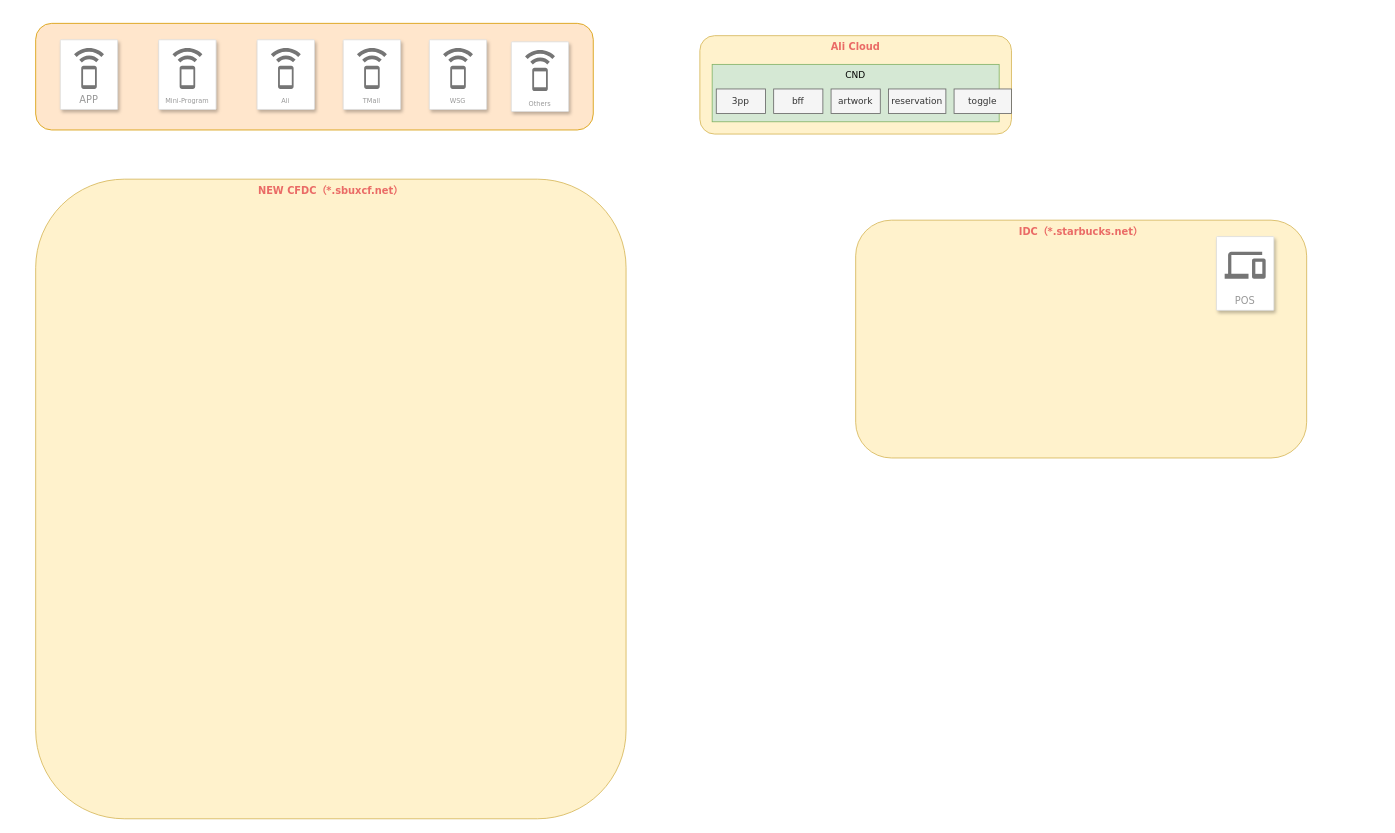
Earlier version of the draw.io diagram Untitled Diagram.drawio (Songhuitang/songhuitang.github.io). Source tidied: cells renumbered, new cells numbered last; positions are measured from the earlier drawing's top-left corner, leaving out a move shared by most shapes. Both pictures are drawn from the tidied source at 82%, with x=0, y=0 at pixel (35, 23).
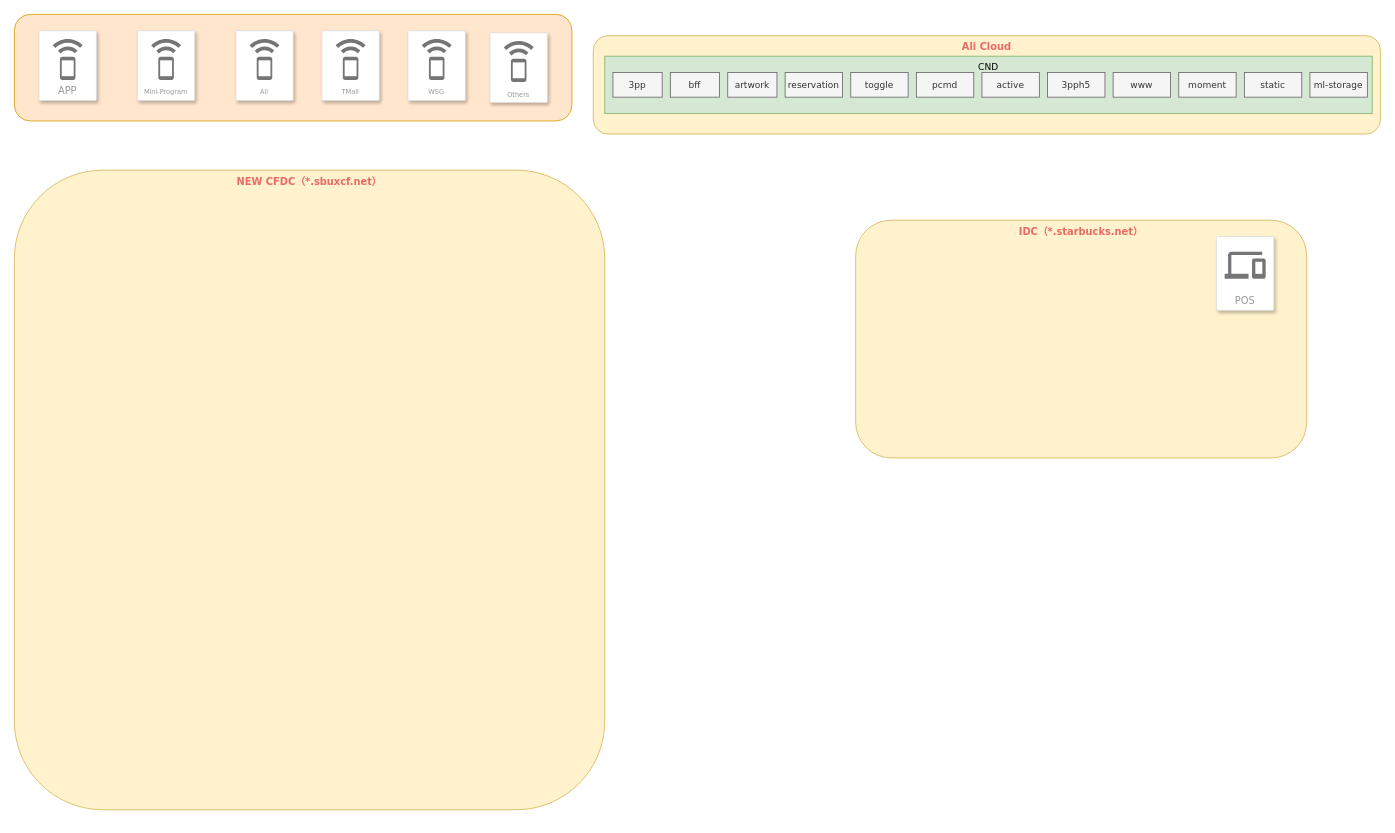
The same page after the edit.

What changed in the source:
```diff
@@
     <mxCell id="3" style="rounded=1;whiteSpace=wrap;html=1;labelBackgroundColor=none;labelBorderColor=none;fontFamily=Verdana;fontSize=11;fillColor=#ffe6cc;strokeColor=#d79b00;" parent="1" vertex="1">
-      <mxGeometry width="680" height="130" as="geometry" />
+      <mxGeometry x="-26" y="-11" width="680" height="130" as="geometry" />
     </mxCell>
     <mxCell id="4" value="NEW CFDC（*.sbuxcf.net）" style="rounded=1;whiteSpace=wrap;html=1;fillColor=#fff2cc;strokeColor=#d6b656;fontFamily=Verdana;align=center;verticalAlign=top;fontStyle=1;fontColor=#EA6B66;labelBackgroundColor=none;labelBorderColor=none;" parent="1" vertex="1">
-      <mxGeometry y="190" width="720" height="780" as="geometry" />
+      <mxGeometry x="-26" y="179" width="720" height="780" as="geometry" />
     </mxCell>
     <mxCell id="5" value="APP" style="strokeColor=#dddddd;shadow=1;strokeWidth=1;rounded=1;absoluteArcSize=1;arcSize=2;labelPosition=center;verticalLabelPosition=middle;align=center;verticalAlign=bottom;spacingLeft=0;fontColor=#999999;fontSize=12;whiteSpace=wrap;spacingBottom=2;labelBackgroundColor=none;labelBorderColor=none;fontFamily=Verdana;" parent="1" vertex="1">
-      <mxGeometry x="30" y="20" width="70" height="85" as="geometry" />
+      <mxGeometry x="4" y="9" width="70" height="85" as="geometry" />
     </mxCell>
@@
     <mxCell id="9" value="Mini-Program" style="strokeColor=#dddddd;shadow=1;strokeWidth=1;rounded=1;absoluteArcSize=1;arcSize=2;labelPosition=center;verticalLabelPosition=middle;align=center;verticalAlign=bottom;spacingLeft=0;fontColor=#999999;fontSize=8;whiteSpace=wrap;spacingBottom=2;labelBackgroundColor=none;labelBorderColor=none;fontFamily=Verdana;" parent="1" vertex="1">
-      <mxGeometry x="150" y="20" width="70" height="85" as="geometry" />
+      <mxGeometry x="124" y="9" width="70" height="85" as="geometry" />
     </mxCell>
@@
     <mxCell id="11" value="Ali" style="strokeColor=#dddddd;shadow=1;strokeWidth=1;rounded=1;absoluteArcSize=1;arcSize=2;labelPosition=center;verticalLabelPosition=middle;align=center;verticalAlign=bottom;spacingLeft=0;fontColor=#999999;fontSize=8;whiteSpace=wrap;spacingBottom=2;labelBackgroundColor=none;labelBorderColor=none;fontFamily=Verdana;" parent="1" vertex="1">
-      <mxGeometry x="270" y="20" width="70" height="85" as="geometry" />
+      <mxGeometry x="244" y="9" width="70" height="85" as="geometry" />
     </mxCell>
@@
     <mxCell id="13" value="TMall" style="strokeColor=#dddddd;shadow=1;strokeWidth=1;rounded=1;absoluteArcSize=1;arcSize=2;labelPosition=center;verticalLabelPosition=middle;align=center;verticalAlign=bottom;spacingLeft=0;fontColor=#999999;fontSize=8;whiteSpace=wrap;spacingBottom=2;labelBackgroundColor=none;labelBorderColor=none;fontFamily=Verdana;" parent="1" vertex="1">
-      <mxGeometry x="375" y="20" width="70" height="85" as="geometry" />
+      <mxGeometry x="349" y="9" width="70" height="85" as="geometry" />
     </mxCell>
@@
     <mxCell id="15" value="WSG" style="strokeColor=#dddddd;shadow=1;strokeWidth=1;rounded=1;absoluteArcSize=1;arcSize=2;labelPosition=center;verticalLabelPosition=middle;align=center;verticalAlign=bottom;spacingLeft=0;fontColor=#999999;fontSize=8;whiteSpace=wrap;spacingBottom=2;labelBackgroundColor=none;labelBorderColor=none;fontFamily=Verdana;" parent="1" vertex="1">
-      <mxGeometry x="480" y="20" width="70" height="85" as="geometry" />
+      <mxGeometry x="454" y="9" width="70" height="85" as="geometry" />
     </mxCell>
@@
     <mxCell id="17" value="Ali Cloud" style="rounded=1;whiteSpace=wrap;html=1;fillColor=#fff2cc;strokeColor=#d6b656;fontFamily=Verdana;align=center;verticalAlign=top;fontStyle=1;fontColor=#EA6B66;labelBackgroundColor=none;labelBorderColor=none;" parent="1" vertex="1">
-      <mxGeometry x="810" y="15" width="380" height="120" as="geometry" />
+      <mxGeometry x="680" y="15" width="960" height="120" as="geometry" />
     </mxCell>
     <mxCell id="18" value="&lt;font style=&quot;font-size: 11px;&quot;&gt;CND&lt;/font&gt;" style="rounded=0;whiteSpace=wrap;html=1;labelBackgroundColor=none;labelBorderColor=none;fontFamily=Verdana;fontSize=6;verticalAlign=top;fillColor=#d5e8d4;strokeColor=#82b366;" parent="1" vertex="1">
-      <mxGeometry x="825" y="50" width="350" height="70" as="geometry" />
+      <mxGeometry x="694" y="40" width="936" height="70" as="geometry" />
     </mxCell>
     <mxCell id="19" value="3pp" style="rounded=0;whiteSpace=wrap;html=1;labelBackgroundColor=none;labelBorderColor=none;fontFamily=Verdana;fontSize=11;fontColor=#333333;fillColor=#f5f5f5;strokeColor=#666666;" parent="1" vertex="1">
-      <mxGeometry x="830" y="80" width="60" height="30" as="geometry" />
+      <mxGeometry x="704" y="60" width="60" height="30" as="geometry" />
     </mxCell>
     <mxCell id="20" value="Others" style="strokeColor=#dddddd;shadow=1;strokeWidth=1;rounded=1;absoluteArcSize=1;arcSize=2;labelPosition=center;verticalLabelPosition=middle;align=center;verticalAlign=bottom;spacingLeft=0;fontColor=#999999;fontSize=8;whiteSpace=wrap;spacingBottom=2;labelBackgroundColor=none;labelBorderColor=none;fontFamily=Verdana;" parent="1" vertex="1">
-      <mxGeometry x="580" y="22.5" width="70" height="85" as="geometry" />
+      <mxGeometry x="554" y="11.5" width="70" height="85" as="geometry" />
     </mxCell>
@@
     <mxCell id="22" value="bff" style="rounded=0;whiteSpace=wrap;html=1;labelBackgroundColor=none;labelBorderColor=none;fontFamily=Verdana;fontSize=11;fontColor=#333333;fillColor=#f5f5f5;strokeColor=#666666;" parent="1" vertex="1">
-      <mxGeometry x="900" y="80" width="60" height="30" as="geometry" />
+      <mxGeometry x="774" y="60" width="60" height="30" as="geometry" />
     </mxCell>
     <mxCell id="23" value="artwork" style="rounded=0;whiteSpace=wrap;html=1;labelBackgroundColor=none;labelBorderColor=none;fontFamily=Verdana;fontSize=11;fontColor=#333333;fillColor=#f5f5f5;strokeColor=#666666;" parent="1" vertex="1">
-      <mxGeometry x="970" y="80" width="60" height="30" as="geometry" />
+      <mxGeometry x="844" y="60" width="60" height="30" as="geometry" />
     </mxCell>
     <mxCell id="24" value="reservation" style="rounded=0;whiteSpace=wrap;html=1;labelBackgroundColor=none;labelBorderColor=none;fontFamily=Verdana;fontSize=11;fontColor=#333333;fillColor=#f5f5f5;strokeColor=#666666;" parent="1" vertex="1">
-      <mxGeometry x="1040" y="80" width="70" height="30" as="geometry" />
+      <mxGeometry x="914" y="60" width="70" height="30" as="geometry" />
     </mxCell>
     <mxCell id="25" value="toggle" style="rounded=0;whiteSpace=wrap;html=1;labelBackgroundColor=none;labelBorderColor=none;fontFamily=Verdana;fontSize=11;fontColor=#333333;fillColor=#f5f5f5;strokeColor=#666666;" parent="1" vertex="1">
-      <mxGeometry x="1120" y="80" width="70" height="30" as="geometry" />
+      <mxGeometry x="994" y="60" width="70" height="30" as="geometry" />
     </mxCell>
+    <mxCell id="26" value="pcmd" style="rounded=0;whiteSpace=wrap;html=1;labelBackgroundColor=none;labelBorderColor=none;fontFamily=Verdana;fontSize=11;fontColor=#333333;fillColor=#f5f5f5;strokeColor=#666666;" parent="1" vertex="1">
+      <mxGeometry x="1074" y="60" width="70" height="30" as="geometry" />
+    </mxCell>
+    <mxCell id="27" value="active" style="rounded=0;whiteSpace=wrap;html=1;labelBackgroundColor=none;labelBorderColor=none;fontFamily=Verdana;fontSize=11;fontColor=#333333;fillColor=#f5f5f5;strokeColor=#666666;" parent="1" vertex="1">
+      <mxGeometry x="1154" y="60" width="70" height="30" as="geometry" />
+    </mxCell>
+    <mxCell id="28" value="3pph5" style="rounded=0;whiteSpace=wrap;html=1;labelBackgroundColor=none;labelBorderColor=none;fontFamily=Verdana;fontSize=11;fontColor=#333333;fillColor=#f5f5f5;strokeColor=#666666;" parent="1" vertex="1">
+      <mxGeometry x="1234" y="60" width="70" height="30" as="geometry" />
+    </mxCell>
+    <mxCell id="29" value="www" style="rounded=0;whiteSpace=wrap;html=1;labelBackgroundColor=none;labelBorderColor=none;fontFamily=Verdana;fontSize=11;fontColor=#333333;fillColor=#f5f5f5;strokeColor=#666666;" parent="1" vertex="1">
+      <mxGeometry x="1314" y="60" width="70" height="30" as="geometry" />
+    </mxCell>
+    <mxCell id="30" value="moment" style="rounded=0;whiteSpace=wrap;html=1;labelBackgroundColor=none;labelBorderColor=none;fontFamily=Verdana;fontSize=11;fontColor=#333333;fillColor=#f5f5f5;strokeColor=#666666;" parent="1" vertex="1">
+      <mxGeometry x="1394" y="60" width="70" height="30" as="geometry" />
+    </mxCell>
+    <mxCell id="31" value="ml-storage" style="rounded=0;whiteSpace=wrap;html=1;labelBackgroundColor=none;labelBorderColor=none;fontFamily=Verdana;fontSize=11;fontColor=#333333;fillColor=#f5f5f5;strokeColor=#666666;" parent="1" vertex="1">
+      <mxGeometry x="1554" y="60" width="70" height="30" as="geometry" />
+    </mxCell>
+    <mxCell id="32" value="static" style="rounded=0;whiteSpace=wrap;html=1;labelBackgroundColor=none;labelBorderColor=none;fontFamily=Verdana;fontSize=11;fontColor=#333333;fillColor=#f5f5f5;strokeColor=#666666;" parent="1" vertex="1">
+      <mxGeometry x="1474" y="60" width="70" height="30" as="geometry" />
+    </mxCell>
```
